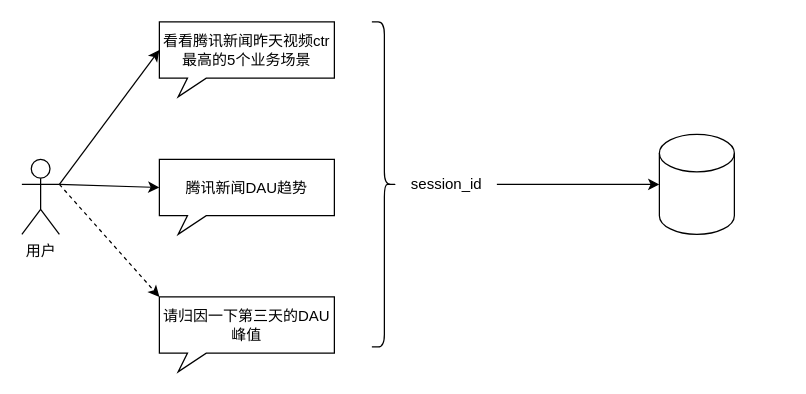
This is llm_multi_round.drawio from learn2Pro/draw_io_save, a draw.io file, before an edit. Source tidied: cells renumbered, new cells numbered last; positions are measured from the earlier drawing's top-left corner, leaving out a move shared by most shapes. Both pictures are drawn from the tidied source at 125%, with x=0, y=0 at pixel (21, 21).
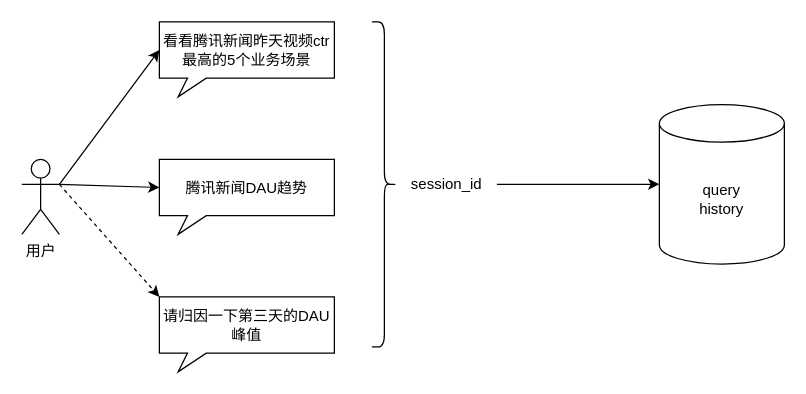
After the change.

Diff of the diagram source:
```diff
@@
 <mxGraphModel>
   <root>
     <mxCell id="0" />
     <mxCell id="1" parent="0" />
     <mxCell id="2" value="看看腾讯新闻昨天视频ctr最高的5个业务场景" style="whiteSpace=wrap;html=1;shape=mxgraph.basic.rectCallout;dx=30;dy=15;boundedLbl=1;" parent="1" vertex="1">
       <mxGeometry x="110" width="140" height="60" as="geometry" />
     </mxCell>
     <mxCell id="3" value="腾讯新闻DAU趋势" style="whiteSpace=wrap;html=1;shape=mxgraph.basic.rectCallout;dx=30;dy=15;boundedLbl=1;" parent="1" vertex="1">
       <mxGeometry x="110" y="110" width="140" height="60" as="geometry" />
     </mxCell>
     <mxCell id="4" value="请归因一下第三天的DAU峰值" style="whiteSpace=wrap;html=1;shape=mxgraph.basic.rectCallout;dx=30;dy=15;boundedLbl=1;" parent="1" vertex="1">
       <mxGeometry x="110" y="220" width="140" height="60" as="geometry" />
     </mxCell>
     <mxCell id="5" value="用户" style="shape=umlActor;verticalLabelPosition=bottom;verticalAlign=top;html=1;" parent="1" vertex="1">
       <mxGeometry y="110" width="30" height="60" as="geometry" />
     </mxCell>
     <mxCell id="6" style="endArrow=classic;html=1;rounded=0;entryX=0;entryY=0;entryDx=0;entryDy=22.5;entryPerimeter=0;exitX=1;exitY=0.3333333333333333;exitDx=0;exitDy=0;exitPerimeter=0;" parent="1" edge="1" source="5" target="2">
       <mxGeometry relative="1" as="geometry" />
     </mxCell>
     <mxCell id="7" style="endArrow=classic;html=1;rounded=0;entryX=0;entryY=0;entryDx=0;entryDy=22.5;entryPerimeter=0;exitX=1;exitY=0.3333333333333333;exitDx=0;exitDy=0;exitPerimeter=0;" parent="1" edge="1" source="5" target="3">
       <mxGeometry relative="1" as="geometry" />
     </mxCell>
     <mxCell id="8" style="endArrow=classic;html=1;rounded=0;entryX=0;entryY=0;entryDx=0;entryDy=0;entryPerimeter=0;exitX=1;exitY=0.3333333333333333;exitDx=0;exitDy=0;exitPerimeter=0;dashed=1;" parent="1" edge="1" source="5" target="4">
       <mxGeometry relative="1" as="geometry" />
     </mxCell>
     <mxCell id="9" style="shape=curlyBracket;whiteSpace=wrap;html=1;rounded=1;flipH=1;labelPosition=right;verticalLabelPosition=middle;align=left;verticalAlign=middle;" parent="1" vertex="1">
       <mxGeometry x="280" width="20" height="260" as="geometry" />
     </mxCell>
     <mxCell id="10" value="session_id" style="text;html=1;strokeColor=none;fillColor=none;align=center;verticalAlign=middle;whiteSpace=wrap;rounded=0;" parent="1" vertex="1">
       <mxGeometry x="300" y="115" width="80" height="30" as="geometry" />
     </mxCell>
-    <mxCell id="11" style="shape=cylinder3;whiteSpace=wrap;html=1;boundedLbl=1;backgroundOutline=1;size=15;" parent="1" vertex="1">
-      <mxGeometry x="510" y="90" width="60" height="80" as="geometry" />
+    <mxCell id="11" value="query &lt;br&gt;history" style="shape=cylinder3;whiteSpace=wrap;html=1;boundedLbl=1;backgroundOutline=1;size=15;" parent="1" vertex="1">
+      <mxGeometry x="510" y="66.2" width="100" height="127.5" as="geometry" />
     </mxCell>
     <mxCell id="12" style="endArrow=classic;html=1;rounded=0;exitX=1;exitY=0.5;exitDx=0;exitDy=0;entryX=0;entryY=0.5;entryDx=0;entryDy=0;entryPerimeter=0;" parent="1" edge="1" source="10" target="11">
       <mxGeometry relative="1" as="geometry" />
     </mxCell>
   </root>
 </mxGraphModel>
```
